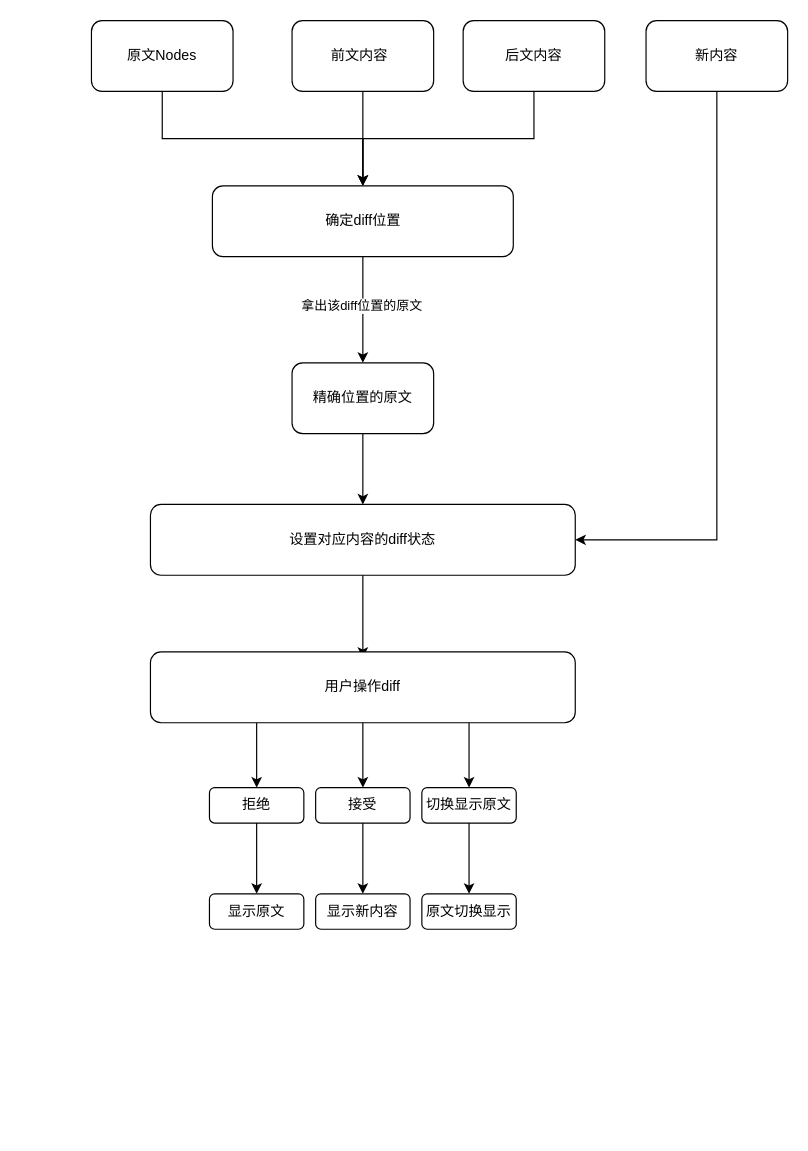
Before: svgs/Untitled Diagram.drawio in CavinHuang/draw.io, a draw.io diagram. Source tidied: cells renumbered, new cells numbered last; positions are measured from the earlier drawing's top-left corner, leaving out a move shared by most shapes. Both pictures are drawn from the tidied source at 118%, with x=0, y=0 at pixel (91, 20).
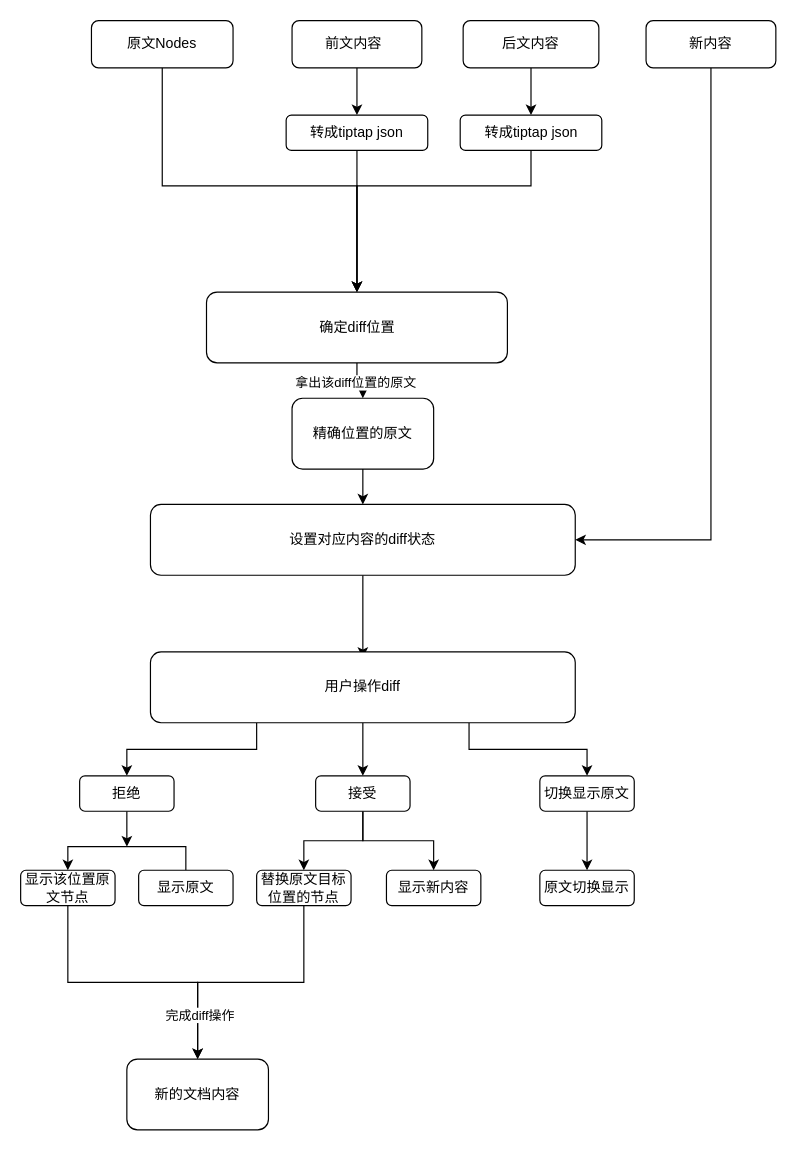
After the change.

Change to the diagram source:
```diff
@@
-    <mxCell id="2" style="edgeStyle=orthogonalEdgeStyle;rounded=0;jettySize=auto;html=1;" parent="1" edge="1" source="3" target="12">
-      <mxGeometry relative="1" as="geometry" />
-    </mxCell>
+    <mxCell id="30" style="edgeStyle=orthogonalEdgeStyle;rounded=0;jettySize=auto;html=1;exitX=0.5;exitY=1;exitDx=0;exitDy=0;" parent="1" edge="1" source="3" target="41">
+      <mxGeometry relative="1" as="geometry" />
+    </mxCell>
     <mxCell id="3" value="前文内容&lt;span style=&quot;white-space: pre;&quot;&gt;&#9;&lt;/span&gt;" style="rounded=1;whiteSpace=wrap;html=1;" parent="1" vertex="1">
-      <mxGeometry x="170" width="120" height="60" as="geometry" />
+      <mxGeometry x="170" width="110" height="40" as="geometry" />
     </mxCell>
-    <mxCell id="4" style="edgeStyle=orthogonalEdgeStyle;rounded=0;jettySize=auto;html=1;" parent="1" edge="1" source="5" target="12">
-      <mxGeometry relative="1" as="geometry" />
-    </mxCell>
+    <mxCell id="31" style="edgeStyle=orthogonalEdgeStyle;rounded=0;jettySize=auto;html=1;exitX=0.5;exitY=1;exitDx=0;exitDy=0;" parent="1" edge="1" source="5" target="43">
+      <mxGeometry relative="1" as="geometry" />
+    </mxCell>
     <mxCell id="5" value="后文内容" style="rounded=1;whiteSpace=wrap;html=1;" parent="1" vertex="1">
-      <mxGeometry x="315" width="120" height="60" as="geometry" />
+      <mxGeometry x="315" width="115" height="40" as="geometry" />
     </mxCell>
     <mxCell id="6" style="edgeStyle=orthogonalEdgeStyle;rounded=0;jettySize=auto;html=1;" parent="1" edge="1" source="7" target="12">
-      <mxGeometry relative="1" as="geometry" />
+      <mxGeometry relative="1" as="geometry">
+        <Array as="points">
+          <mxPoint x="60" y="140" />
+          <mxPoint x="225" y="140" />
+        </Array>
+      </mxGeometry>
     </mxCell>
     <mxCell id="7" value="原文Nodes" style="rounded=1;whiteSpace=wrap;html=1;" parent="1" vertex="1">
-      <mxGeometry width="120" height="60" as="geometry" />
+      <mxGeometry width="120" height="40" as="geometry" />
     </mxCell>
@@
     <mxCell id="9" value="新内容" style="rounded=1;whiteSpace=wrap;html=1;" parent="1" vertex="1">
-      <mxGeometry x="470" width="120" height="60" as="geometry" />
+      <mxGeometry x="470" width="110" height="40" as="geometry" />
     </mxCell>
@@
     <mxCell id="12" value="确定diff位置" style="whiteSpace=wrap;html=1;rounded=1;" parent="1" vertex="1">
-      <mxGeometry x="102.5" y="140" width="255" height="60" as="geometry" />
+      <mxGeometry x="97.5" y="230" width="255" height="60" as="geometry" />
     </mxCell>
@@
     <mxCell id="14" value="精确位置的原文" style="whiteSpace=wrap;html=1;rounded=1;" parent="1" vertex="1">
-      <mxGeometry x="170" y="290" width="120" height="60" as="geometry" />
+      <mxGeometry x="170" y="320" width="120" height="60" as="geometry" />
     </mxCell>
@@
-    <mxCell id="18" style="edgeStyle=orthogonalEdgeStyle;rounded=0;jettySize=auto;html=1;exitX=0.5;exitY=1;exitDx=0;exitDy=0;entryX=0.5;entryY=0;entryDx=0;entryDy=0;" parent="1" edge="1" source="19" target="20">
+    <mxCell id="18" style="edgeStyle=orthogonalEdgeStyle;rounded=0;jettySize=auto;html=1;exitX=0.5;exitY=0;exitDx=0;exitDy=0;entryX=0.5;entryY=0;entryDx=0;entryDy=0;" parent="1" edge="1" source="38" target="20">
       <mxGeometry relative="1" as="geometry" />
     </mxCell>
+    <mxCell id="32" style="edgeStyle=orthogonalEdgeStyle;rounded=0;jettySize=auto;html=1;exitX=0.5;exitY=1;exitDx=0;exitDy=0;" parent="1" edge="1" source="19">
+      <mxGeometry relative="1" as="geometry">
+        <mxPoint x="30" y="700" as="targetPoint" />
+      </mxGeometry>
+    </mxCell>
     <mxCell id="19" value="拒绝" style="whiteSpace=wrap;html=1;rounded=1;" parent="1" vertex="1">
-      <mxGeometry x="100" y="650" width="80" height="30" as="geometry" />
+      <mxGeometry x="-10" y="640" width="80" height="30" as="geometry" />
     </mxCell>
+    <mxCell id="33" style="edgeStyle=orthogonalEdgeStyle;rounded=0;jettySize=auto;html=1;exitX=0.5;exitY=1;exitDx=0;exitDy=0;entryX=0.5;entryY=0;entryDx=0;entryDy=0;" parent="1" edge="1" source="20" target="39">
+      <mxGeometry relative="1" as="geometry" />
+    </mxCell>
-    <mxCell id="20" value="显示原文" style="whiteSpace=wrap;html=1;rounded=1;" parent="1" vertex="1">
-      <mxGeometry x="100" y="740" width="80" height="30" as="geometry" />
+    <mxCell id="20" value="显示该位置原文节点" style="whiteSpace=wrap;html=1;rounded=1;" parent="1" vertex="1">
+      <mxGeometry x="-60" y="720" width="80" height="30" as="geometry" />
     </mxCell>
@@
+    <mxCell id="34" style="edgeStyle=orthogonalEdgeStyle;rounded=0;jettySize=auto;html=1;" parent="1" edge="1" source="25" target="37">
+      <mxGeometry relative="1" as="geometry" />
+    </mxCell>
     <mxCell id="25" value="接受" style="whiteSpace=wrap;html=1;rounded=1;" parent="1" vertex="1">
-      <mxGeometry x="190" y="650" width="80" height="30" as="geometry" />
+      <mxGeometry x="190" y="640" width="80" height="30" as="geometry" />
     </mxCell>
     <mxCell id="26" value="显示新内容" style="whiteSpace=wrap;html=1;rounded=1;" parent="1" vertex="1">
-      <mxGeometry x="190" y="740" width="80" height="30" as="geometry" />
+      <mxGeometry x="250" y="720" width="80" height="30" as="geometry" />
     </mxCell>
@@
     <mxCell id="28" value="切换显示原文" style="whiteSpace=wrap;html=1;rounded=1;" parent="1" vertex="1">
-      <mxGeometry x="280" y="650" width="80" height="30" as="geometry" />
+      <mxGeometry x="380" y="640" width="80" height="30" as="geometry" />
     </mxCell>
     <mxCell id="29" value="原文切换显示" style="whiteSpace=wrap;html=1;rounded=1;" parent="1" vertex="1">
-      <mxGeometry x="280" y="740" width="80" height="30" as="geometry" />
+      <mxGeometry x="380" y="720" width="80" height="30" as="geometry" />
     </mxCell>
+    <mxCell id="35" style="edgeStyle=orthogonalEdgeStyle;rounded=0;jettySize=auto;html=1;" parent="1" edge="1" source="37" target="39">
+      <mxGeometry relative="1" as="geometry" />
+    </mxCell>
+    <mxCell id="36" value="完成diff操作" style="edgeLabel;html=1;align=center;verticalAlign=middle;" parent="35" vertex="1">
+      <mxGeometry x="0.65" y="1" relative="1" as="geometry" />
+    </mxCell>
+    <mxCell id="37" value="替换原文目标位置的节点" style="whiteSpace=wrap;html=1;rounded=1;" parent="1" vertex="1">
+      <mxGeometry x="140" y="720" width="80" height="30" as="geometry" />
+    </mxCell>
+    <mxCell id="38" value="显示原文" style="whiteSpace=wrap;html=1;rounded=1;" parent="1" vertex="1">
+      <mxGeometry x="40" y="720" width="80" height="30" as="geometry" />
+    </mxCell>
+    <mxCell id="39" value="新的文档内容" style="whiteSpace=wrap;html=1;rounded=1;" parent="1" vertex="1">
+      <mxGeometry x="30" y="880" width="120" height="60" as="geometry" />
+    </mxCell>
+    <mxCell id="40" style="edgeStyle=orthogonalEdgeStyle;rounded=0;jettySize=auto;html=1;exitX=0.5;exitY=1;exitDx=0;exitDy=0;" parent="1" edge="1" source="41" target="12">
+      <mxGeometry relative="1" as="geometry" />
+    </mxCell>
+    <mxCell id="41" value="转成tiptap json" style="whiteSpace=wrap;html=1;rounded=1;" parent="1" vertex="1">
+      <mxGeometry x="165" y="80" width="120" height="30" as="geometry" />
+    </mxCell>
+    <mxCell id="42" style="edgeStyle=orthogonalEdgeStyle;rounded=0;jettySize=auto;html=1;exitX=0.5;exitY=1;exitDx=0;exitDy=0;entryX=0.5;entryY=0;entryDx=0;entryDy=0;" parent="1" edge="1" source="43" target="12">
+      <mxGeometry relative="1" as="geometry">
+        <Array as="points">
+          <mxPoint x="373" y="140" />
+          <mxPoint x="225" y="140" />
+        </Array>
+      </mxGeometry>
+    </mxCell>
+    <mxCell id="43" value="转成tiptap json" style="whiteSpace=wrap;html=1;rounded=1;" parent="1" vertex="1">
+      <mxGeometry x="312.5" y="80" width="120" height="30" as="geometry" />
+    </mxCell>
```
